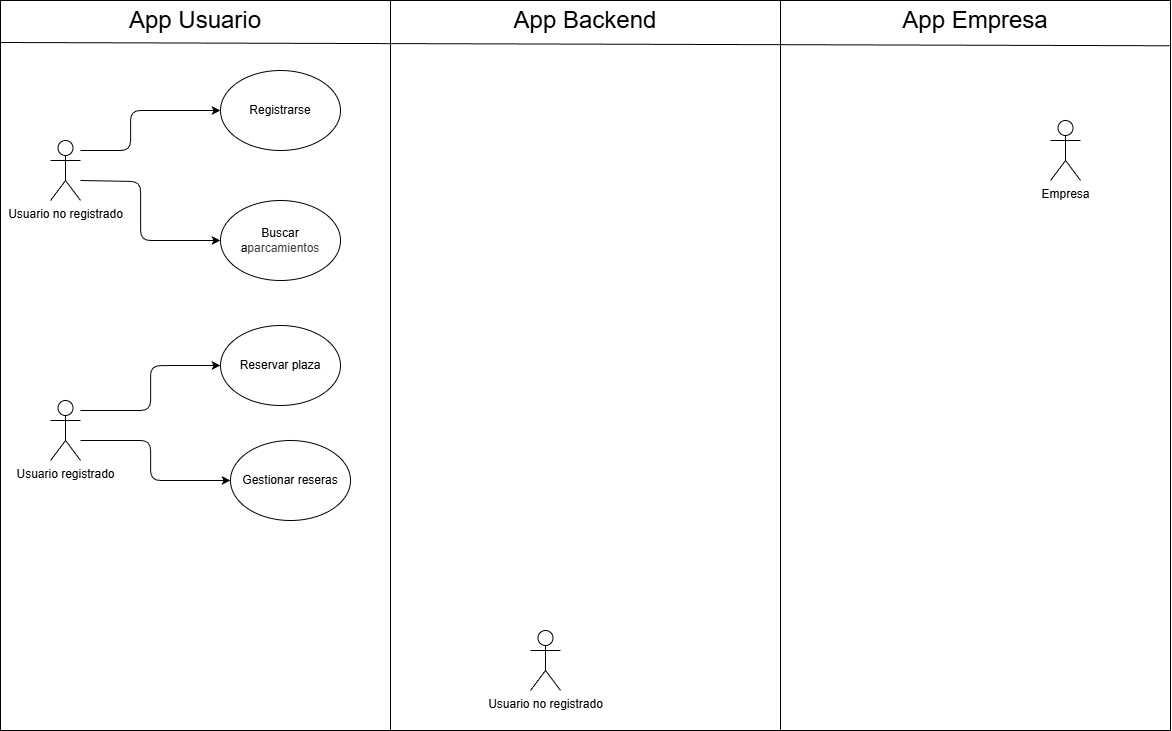
nexphernandez/NoMoreLaps keeps this draw.io diagram as Images/Diagramas/Diagrama_caso_de_uso.drawio.png. Above is the earlier version. Source tidied: cells renumbered, new cells last; positions are measured from the earlier drawing's top-left corner, leaving out a move shared by most shapes.
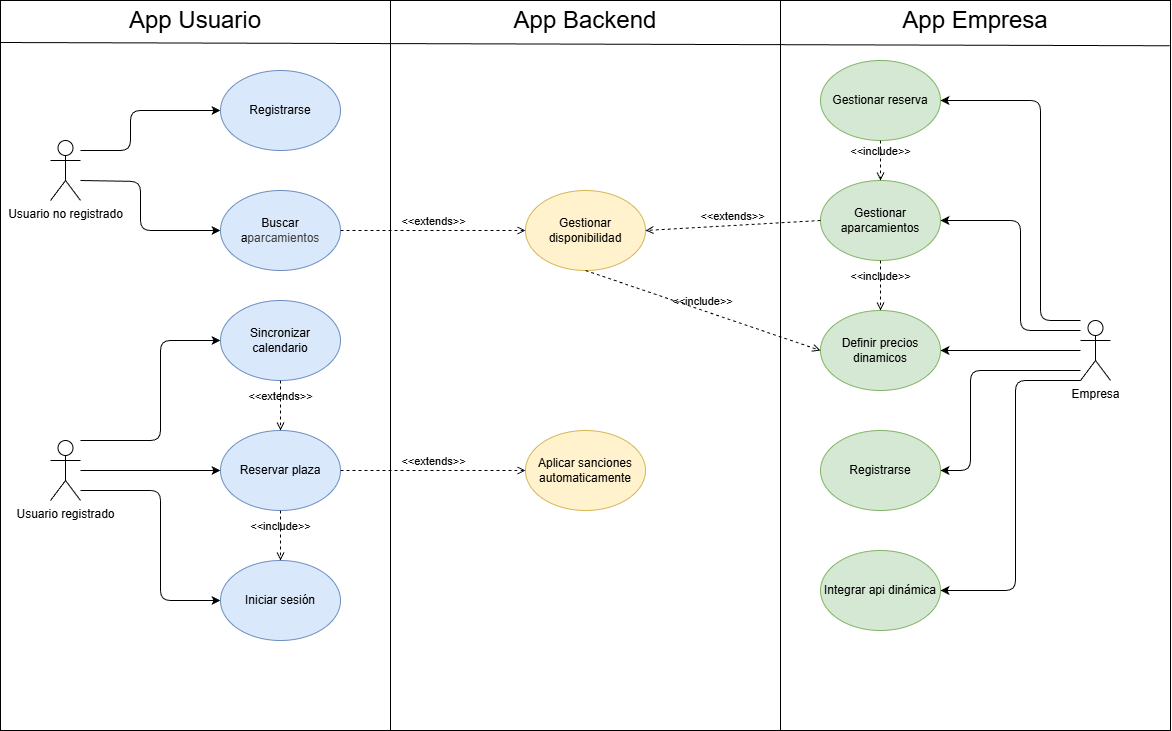
Later version of the same file.

Commit message:
Se termina el diagrama de casos de uso y se modifican algunos del archivo en si #2

What changed in the source:
```diff
@@ -2,7 +2,7 @@
   <root>
     <mxCell id="0" />
     <mxCell id="1" parent="0" />
-    <mxCell id="2" style="group;" parent="1" vertex="1">
+    <mxCell id="2" style="group;fillColor=#dae8fc;strokeColor=#6c8ebf;" parent="1" vertex="1">
       <mxGeometry width="1170" height="730" as="geometry" />
     </mxCell>
     <mxCell id="3" style="rounded=0;whiteSpace=wrap;html=1;" parent="2" vertex="1">
@@ -31,9 +31,8 @@
       <mxGeometry relative="1" as="geometry">
         <mxPoint x="80" y="180" as="sourcePoint" />
         <Array as="points">
-          <mxPoint x="80" y="181" />
           <mxPoint x="140" y="181" />
-          <mxPoint x="140" y="240" />
+          <mxPoint x="140" y="230" />
         </Array>
       </mxGeometry>
     </mxCell>
@@ -49,42 +48,135 @@
     <mxCell id="12" value="&lt;font style=&quot;font-size: 24px;&quot;&gt;App Empresa&lt;/font&gt;" style="text;html=1;align=center;verticalAlign=middle;whiteSpace=wrap;rounded=0;" parent="2" vertex="1">
       <mxGeometry x="780" width="390" height="40" as="geometry" />
     </mxCell>
-    <mxCell id="13" value="Registrarse" style="ellipse;whiteSpace=wrap;html=1;" parent="2" vertex="1">
+    <mxCell id="13" value="Registrarse" style="ellipse;whiteSpace=wrap;html=1;fillColor=#dae8fc;strokeColor=#6c8ebf;" parent="2" vertex="1">
       <mxGeometry x="220" y="70" width="120" height="80" as="geometry" />
     </mxCell>
-    <mxCell id="14" value="Buscar a&lt;span style=&quot;color: rgb(63, 63, 63); background-color: transparent;&quot;&gt;parcamientos&lt;/span&gt;" style="ellipse;whiteSpace=wrap;html=1;" parent="2" vertex="1">
-      <mxGeometry x="220" y="200" width="120" height="80" as="geometry" />
+    <mxCell id="14" value="Buscar a&lt;span style=&quot;color: rgb(63, 63, 63); background-color: transparent;&quot;&gt;parcamientos&lt;/span&gt;" style="ellipse;whiteSpace=wrap;html=1;fillColor=#dae8fc;strokeColor=#6c8ebf;" parent="2" vertex="1">
+      <mxGeometry x="220" y="190" width="120" height="80" as="geometry" />
     </mxCell>
-    <mxCell id="15" value="Gestionar reseras" style="ellipse;whiteSpace=wrap;html=1;" parent="2" vertex="1">
-      <mxGeometry x="230" y="440" width="120" height="80" as="geometry" />
+    <mxCell id="15" value="Sincronizar calendario" style="ellipse;whiteSpace=wrap;html=1;fillColor=#dae8fc;strokeColor=#6c8ebf;" parent="2" vertex="1">
+      <mxGeometry x="220" y="300" width="120" height="80" as="geometry" />
     </mxCell>
-    <mxCell id="16" value="Reservar plaza" style="ellipse;whiteSpace=wrap;html=1;" parent="2" vertex="1">
-      <mxGeometry x="220" y="325" width="120" height="80" as="geometry" />
+    <mxCell id="16" value="Reservar plaza" style="ellipse;whiteSpace=wrap;html=1;fillColor=#dae8fc;strokeColor=#6c8ebf;" parent="2" vertex="1">
+      <mxGeometry x="220" y="430" width="120" height="80" as="geometry" />
     </mxCell>
     <mxCell id="17" style="edgeStyle=orthogonalEdgeStyle;html=1;entryX=0;entryY=0.5;entryDx=0;entryDy=0;" parent="2" edge="1" source="18" target="16">
       <mxGeometry relative="1" as="geometry">
         <Array as="points">
-          <mxPoint x="150" y="410" />
-          <mxPoint x="150" y="365" />
+          <mxPoint x="130" y="470" />
+          <mxPoint x="130" y="470" />
         </Array>
       </mxGeometry>
     </mxCell>
+    <mxCell id="22" style="edgeStyle=orthogonalEdgeStyle;html=1;entryX=0;entryY=0.5;entryDx=0;entryDy=0;" parent="2" edge="1" source="18" target="35">
+      <mxGeometry relative="1" as="geometry">
+        <Array as="points">
+          <mxPoint x="160" y="490" />
+          <mxPoint x="160" y="600" />
+        </Array>
+      </mxGeometry>
+    </mxCell>
     <mxCell id="18" value="Usuario registrado" style="shape=umlActor;verticalLabelPosition=bottom;verticalAlign=top;html=1;outlineConnect=0;" parent="2" vertex="1">
-      <mxGeometry x="50" y="400" width="30" height="60" as="geometry" />
+      <mxGeometry x="50" y="440" width="30" height="60" as="geometry" />
     </mxCell>
     <mxCell id="19" style="edgeStyle=orthogonalEdgeStyle;html=1;entryX=0;entryY=0.5;entryDx=0;entryDy=0;" parent="2" edge="1" source="18" target="15">
       <mxGeometry relative="1" as="geometry">
         <Array as="points">
-          <mxPoint x="150" y="440" />
-          <mxPoint x="150" y="480" />
+          <mxPoint x="160" y="440" />
+          <mxPoint x="160" y="340" />
         </Array>
       </mxGeometry>
     </mxCell>
+    <mxCell id="23" style="edgeStyle=orthogonalEdgeStyle;html=1;entryX=1;entryY=0.5;entryDx=0;entryDy=0;" parent="2" edge="1" source="20" target="28">
+      <mxGeometry relative="1" as="geometry">
+        <Array as="points">
+          <mxPoint x="1020" y="330" />
+          <mxPoint x="1020" y="220" />
+        </Array>
+      </mxGeometry>
+    </mxCell>
+    <mxCell id="24" style="edgeStyle=orthogonalEdgeStyle;html=1;entryX=1;entryY=0.5;entryDx=0;entryDy=0;" parent="2" edge="1" source="20" target="30">
+      <mxGeometry relative="1" as="geometry">
+        <Array as="points">
+          <mxPoint x="980" y="350" />
+          <mxPoint x="980" y="350" />
+        </Array>
+      </mxGeometry>
+    </mxCell>
+    <mxCell id="25" style="edgeStyle=orthogonalEdgeStyle;html=1;entryX=1;entryY=0.5;entryDx=0;entryDy=0;" parent="2" edge="1" source="20" target="29">
+      <mxGeometry relative="1" as="geometry">
+        <Array as="points">
+          <mxPoint x="1015" y="380" />
+          <mxPoint x="1015" y="590" />
+        </Array>
+      </mxGeometry>
+    </mxCell>
+    <mxCell id="26" style="edgeStyle=orthogonalEdgeStyle;html=1;entryX=1;entryY=0.5;entryDx=0;entryDy=0;" parent="2" edge="1" source="20" target="34">
+      <mxGeometry relative="1" as="geometry">
+        <Array as="points">
+          <mxPoint x="970" y="370" />
+          <mxPoint x="970" y="470" />
+        </Array>
+      </mxGeometry>
+    </mxCell>
+    <mxCell id="27" style="edgeStyle=orthogonalEdgeStyle;html=1;entryX=1;entryY=0.5;entryDx=0;entryDy=0;" parent="2" edge="1" source="20" target="33">
+      <mxGeometry relative="1" as="geometry">
+        <Array as="points">
+          <mxPoint x="1040" y="320" />
+          <mxPoint x="1040" y="100" />
+        </Array>
+      </mxGeometry>
+    </mxCell>
     <mxCell id="20" value="Empresa" style="shape=umlActor;verticalLabelPosition=bottom;verticalAlign=top;html=1;outlineConnect=0;" parent="2" vertex="1">
-      <mxGeometry x="1050" y="120" width="30" height="60" as="geometry" />
+      <mxGeometry x="1080" y="320" width="30" height="60" as="geometry" />
     </mxCell>
-    <mxCell id="21" value="Usuario no registrado" style="shape=umlActor;verticalLabelPosition=bottom;verticalAlign=top;html=1;" parent="2" vertex="1">
-      <mxGeometry x="530" y="630" width="30" height="60" as="geometry" />
-    </mxCell>
+    <mxCell id="28" value="Gestionar aparcamientos" style="ellipse;whiteSpace=wrap;html=1;fillColor=#d5e8d4;strokeColor=#82b366;" parent="2" vertex="1">
+      <mxGeometry x="820" y="180" width="120" height="80" as="geometry" />
+    </mxCell>
+    <mxCell id="29" value="Integrar api dinámica" style="ellipse;whiteSpace=wrap;html=1;fillColor=#d5e8d4;strokeColor=#82b366;" parent="2" vertex="1">
+      <mxGeometry x="820" y="550" width="120" height="80" as="geometry" />
+    </mxCell>
+    <mxCell id="30" value="Definir precios dinamicos" style="ellipse;whiteSpace=wrap;html=1;fillColor=#d5e8d4;strokeColor=#82b366;" parent="2" vertex="1">
+      <mxGeometry x="820" y="310" width="120" height="80" as="geometry" />
+    </mxCell>
+    <mxCell id="31" value="Gestionar disponibilidad" style="ellipse;whiteSpace=wrap;html=1;fillColor=#fff2cc;strokeColor=#d6b656;" parent="2" vertex="1">
+      <mxGeometry x="525" y="190" width="120" height="80" as="geometry" />
+    </mxCell>
+    <mxCell id="32" value="Aplicar sanciones automaticamente" style="ellipse;whiteSpace=wrap;html=1;fillColor=#fff2cc;strokeColor=#d6b656;" parent="2" vertex="1">
+      <mxGeometry x="525" y="430" width="120" height="80" as="geometry" />
+    </mxCell>
+    <mxCell id="33" value="Gestionar reserva" style="ellipse;whiteSpace=wrap;html=1;fillColor=#d5e8d4;strokeColor=#82b366;" parent="2" vertex="1">
+      <mxGeometry x="820" y="60" width="120" height="80" as="geometry" />
+    </mxCell>
+    <mxCell id="34" value="Registrarse" style="ellipse;whiteSpace=wrap;html=1;fillColor=#d5e8d4;strokeColor=#82b366;" parent="2" vertex="1">
+      <mxGeometry x="820" y="430" width="120" height="80" as="geometry" />
+    </mxCell>
+    <mxCell id="35" value="Iniciar sesión" style="ellipse;whiteSpace=wrap;html=1;fillColor=#dae8fc;strokeColor=#6c8ebf;" parent="2" vertex="1">
+      <mxGeometry x="220" y="560" width="120" height="80" as="geometry" />
+    </mxCell>
+    <mxCell id="36" value="&amp;lt;&amp;lt;extends&amp;gt;&amp;gt;" style="html=1;verticalAlign=bottom;labelBackgroundColor=none;endArrow=open;endFill=0;dashed=1;exitX=1;exitY=0.5;exitDx=0;exitDy=0;entryX=0;entryY=0.5;entryDx=0;entryDy=0;" parent="2" edge="1" source="16" target="32">
+      <mxGeometry relative="1" as="geometry" />
+    </mxCell>
+    <mxCell id="37" value="&amp;lt;&amp;lt;include&amp;gt;&amp;gt;" style="html=1;verticalAlign=bottom;labelBackgroundColor=none;endArrow=open;endFill=0;dashed=1;exitX=0.5;exitY=1;exitDx=0;exitDy=0;" parent="2" edge="1" source="16" target="35">
+      <mxGeometry relative="1" as="geometry" />
+    </mxCell>
+    <mxCell id="38" value="&amp;lt;&amp;lt;include&amp;gt;&amp;gt;" style="html=1;verticalAlign=bottom;labelBackgroundColor=none;endArrow=open;endFill=0;dashed=1;exitX=0.5;exitY=1;exitDx=0;exitDy=0;entryX=0.5;entryY=0;entryDx=0;entryDy=0;" parent="2" edge="1" source="28" target="30">
+      <mxGeometry relative="1" as="geometry" />
+    </mxCell>
+    <mxCell id="39" value="&amp;lt;&amp;lt;extends&amp;gt;&amp;gt;" style="html=1;verticalAlign=bottom;labelBackgroundColor=none;endArrow=open;endFill=0;dashed=1;exitX=0.5;exitY=1;exitDx=0;exitDy=0;entryX=0.5;entryY=0;entryDx=0;entryDy=0;" parent="2" edge="1" source="15" target="16">
+      <mxGeometry relative="1" as="geometry" />
+    </mxCell>
+    <mxCell id="40" value="&amp;lt;&amp;lt;extends&amp;gt;&amp;gt;" style="html=1;verticalAlign=bottom;labelBackgroundColor=none;endArrow=open;endFill=0;dashed=1;exitX=1;exitY=0.5;exitDx=0;exitDy=0;entryX=0;entryY=0.5;entryDx=0;entryDy=0;" parent="2" edge="1" source="14" target="31">
+      <mxGeometry relative="1" as="geometry" />
+    </mxCell>
+    <mxCell id="41" value="&amp;lt;&amp;lt;include&amp;gt;&amp;gt;" style="html=1;verticalAlign=bottom;labelBackgroundColor=none;endArrow=open;endFill=0;dashed=1;exitX=0.5;exitY=1;exitDx=0;exitDy=0;entryX=0.5;entryY=0;entryDx=0;entryDy=0;" parent="2" edge="1" source="33" target="28">
+      <mxGeometry relative="1" as="geometry" />
+    </mxCell>
+    <mxCell id="42" value="&amp;lt;&amp;lt;extends&amp;gt;&amp;gt;" style="html=1;verticalAlign=bottom;labelBackgroundColor=none;endArrow=open;endFill=0;dashed=1;exitX=0;exitY=0.5;exitDx=0;exitDy=0;entryX=1;entryY=0.5;entryDx=0;entryDy=0;" parent="2" edge="1" source="28" target="31">
+      <mxGeometry relative="1" as="geometry" />
+    </mxCell>
+    <mxCell id="43" value="&amp;lt;&amp;lt;include&amp;gt;&amp;gt;" style="html=1;verticalAlign=bottom;labelBackgroundColor=none;endArrow=open;endFill=0;dashed=1;exitX=0.5;exitY=1;exitDx=0;exitDy=0;entryX=0;entryY=0.5;entryDx=0;entryDy=0;" parent="2" edge="1" source="31" target="30">
+      <mxGeometry relative="1" as="geometry" />
+    </mxCell>
   </root>
 </mxGraphModel>
```
